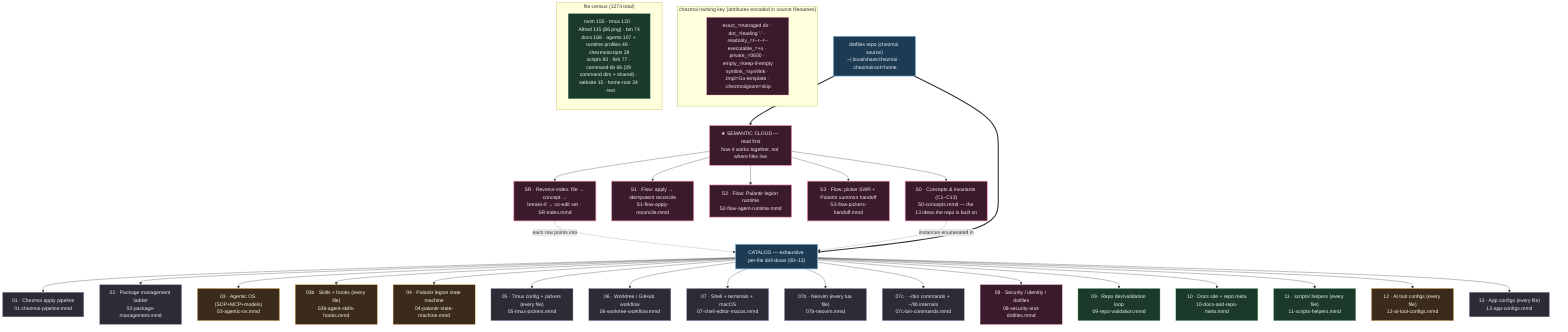
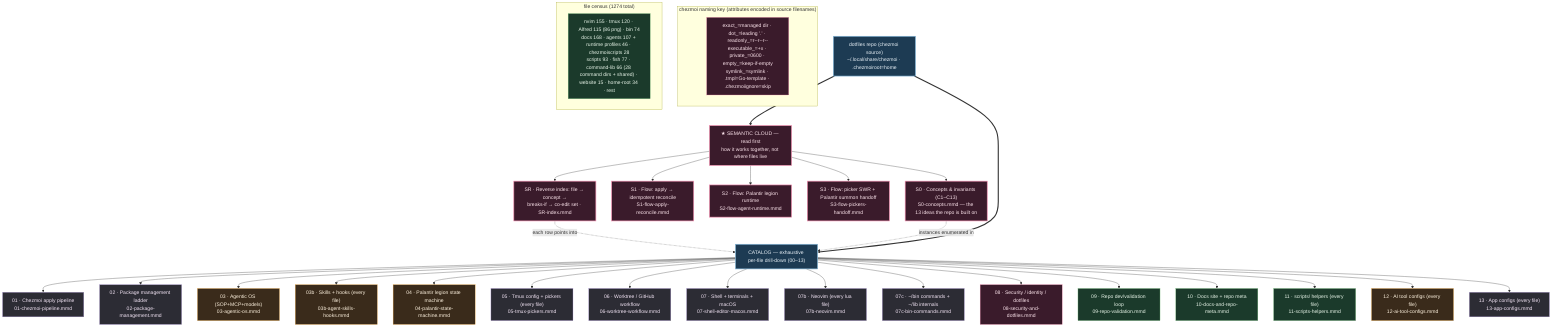
%% ============================================================================
%% 00-overview.mmd — Master navigation map for kapral18/dotfiles
%% TWO LAYERS:
%%   SEMANTIC CLOUD (read first) — how the system THINKS: concepts+invariants
%%     (S0), cross-cutting flows (S1/S2/S3), and a reverse index (SR) that maps
%%     any file to its concept, blast radius, and co-edit set.
%%   CATALOG (drill-down) — how the system is LAID OUT: 00-13 enumerate every
%%     one of the 1274 files in the effective git file set by exact chezmoi source path.
%% `home/` is chezmoi source deployed to $HOME; scripts/tools/website/docs are
%% repo-side (NOT deployed). Each node → a deeper .mmd.
%% ============================================================================
graph TD
    classDef entry fill:#1d3b53,stroke:#7fb3d5,color:#eaf2f8,stroke-width:2px;
    classDef sys fill:#2c2c34,stroke:#b39ddb,color:#f3e5f5;
    classDef ai fill:#3a2b1b,stroke:#ffb74d,color:#fff3e0;
    classDef repo fill:#1b3a2b,stroke:#81c784,color:#e8f5e9;
    classDef data fill:#3a1b2b,stroke:#f48fb1,color:#fce4ec;
    classDef sem fill:#3a1b2b,stroke:#f48fb1,color:#fce4ec,stroke-width:2px;

    ROOT["dotfiles repo (chezmoi source)<br/>~/.local/share/chezmoi · .chezmoiroot=home"]:::entry

    %% ---- SEMANTIC LAYER (read before the catalog) --------------------------
    ROOT ==> SEMHEAD["★ SEMANTIC CLOUD — read first<br/>how it works together, not where files live"]:::sem
    SEMHEAD --> S0["S0 · Concepts & invariants (C1–C13)<br/>S0-concepts.mmd — the 13 ideas the repo is built on"]:::sem
    SEMHEAD --> S1["S1 · Flow: apply → idempotent reconcile<br/>S1-flow-apply-reconcile.mmd"]:::sem
    SEMHEAD --> S2["S2 · Flow: Palantir legion runtime<br/>S2-flow-agent-runtime.mmd"]:::sem
    SEMHEAD --> S3["S3 · Flow: picker SWR + Palantir summon handoff<br/>S3-flow-pickers-handoff.mmd"]:::sem
    SEMHEAD --> SR["SR · Reverse index: file → concept →<br/>breaks-if → co-edit set · SR-index.mmd"]:::sem
    SR -. "each row points into" .-> CATHEAD
    S0 -. "instances enumerated in" .-> CATHEAD

    %% ---- CATALOG LAYER (exhaustive per-file drill-down) --------------------
    ROOT ==> CATHEAD["CATALOG — exhaustive per-file drill-down (00–13)"]:::entry

    CATHEAD --> CZ["01 · Chezmoi apply pipeline<br/>01-chezmoi-pipeline.mmd"]:::sys
    CATHEAD --> PKG["02 · Package management ladder<br/>02-package-management.mmd"]:::sys
    CATHEAD --> AIOS["03 · Agentic OS (SOP+MCP+models)<br/>03-agentic-os.mmd"]:::ai
    CATHEAD --> SKILLS["03b · Skills + hooks (every file)<br/>03b-agent-skills-hooks.mmd"]:::ai
    CATHEAD --> PAL["04 · Palantir legion state machine<br/>04-palantir-state-machine.mmd"]:::ai
    CATHEAD --> TMUX["05 · Tmux config + pickers (every file)<br/>05-tmux-pickers.mmd"]:::sys
    CATHEAD --> WT["06 · Worktree / GitHub workflow<br/>06-worktree-workflow.mmd"]:::sys
    CATHEAD --> SEM["07 · Shell + terminals + macOS<br/>07-shell-editor-macos.mmd"]:::sys
    CATHEAD --> NVIM["07b · Neovim (every lua file)<br/>07b-neovim.mmd"]:::sys
    CATHEAD --> BIN["07c · ~/bin commands + ~/lib internals<br/>07c-bin-commands.mmd"]:::sys
    CATHEAD --> SEC["08 · Security / identity / dotfiles<br/>08-security-and-dotfiles.mmd"]:::data
    CATHEAD --> VAL["09 · Repo dev/validation loop<br/>09-repo-validation.mmd"]:::repo
    CATHEAD --> DOCS["10 · Docs site + repo meta<br/>10-docs-and-repo-meta.mmd"]:::repo
    CATHEAD --> SCRIPTS["11 · scripts/ helpers (every file)<br/>11-scripts-helpers.mmd"]:::repo
    CATHEAD --> AICFG["12 · AI tool configs (every file)<br/>12-ai-tool-configs.mmd"]:::ai
    CATHEAD --> APPS["13 · App configs (every file)<br/>13-app-configs.mmd"]:::sys

    subgraph KEY["chezmoi naming key (attributes encoded in source filenames)"]
        K1["exact_=managed dir · dot_=leading '.' · readonly_=r--r--r--<br/>executable_=+x · private_=0600 · empty_=keep-if-empty<br/>symlink_=symlink · .tmpl=Go-template · .chezmoiignore=skip"]:::data
    end

    subgraph COUNTS["file census (1274 total)"]
-         C1["nvim 155 · tmux 120 · Alfred 115 (86 png) · bin 74<br/>docs 168 · agents 107 + runtime profiles 46 · chezmoiscripts 28<br/>scripts 93 · fish 77 · command-lib 66 (29 command dirs + shared) · website 15 · home-root 34 · rest"]:::repo
+         C1["nvim 155 · tmux 120 · Alfred 115 (86 png) · bin 74<br/>docs 168 · agents 107 + runtime profiles 46 · chezmoiscripts 28<br/>scripts 93 · fish 77 · command-lib 66 (28 command dirs + shared) · website 15 · home-root 34 · rest"]:::repo
    end
